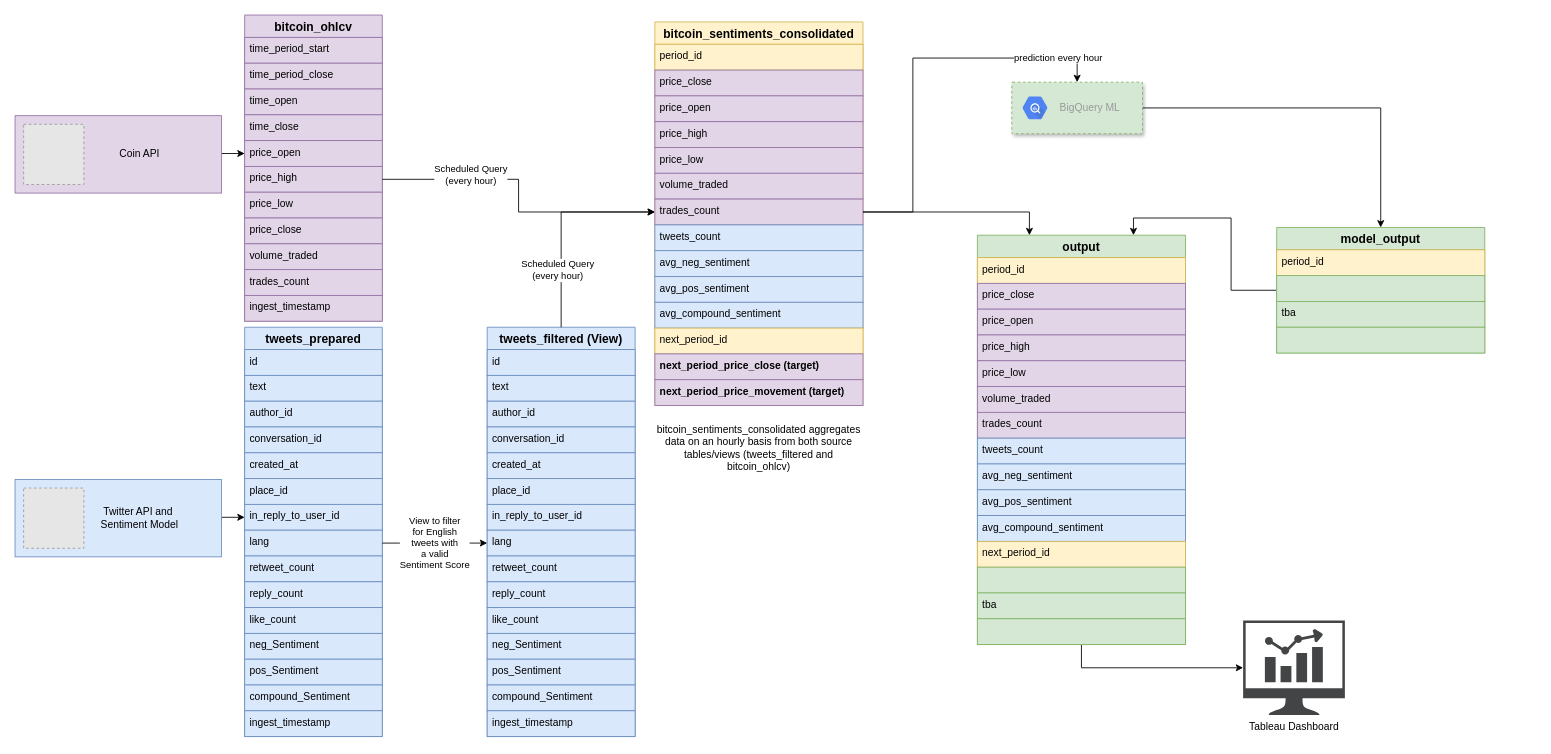
Before: page "BigQuery Zoom-in" (5 of 6) of documentation/DataFlow.drawio in ptgrigorov27/TheMask, a draw.io diagram. Source tidied: cells renumbered, new cells numbered last; positions are measured from the earlier drawing's top-left corner, leaving out a move shared by most shapes. Both pictures are drawn from the tidied source at 86%, with x=0, y=0 at pixel (15, 15). Pictures stored in the file or linked from it are replaced by grey dashed boxes.
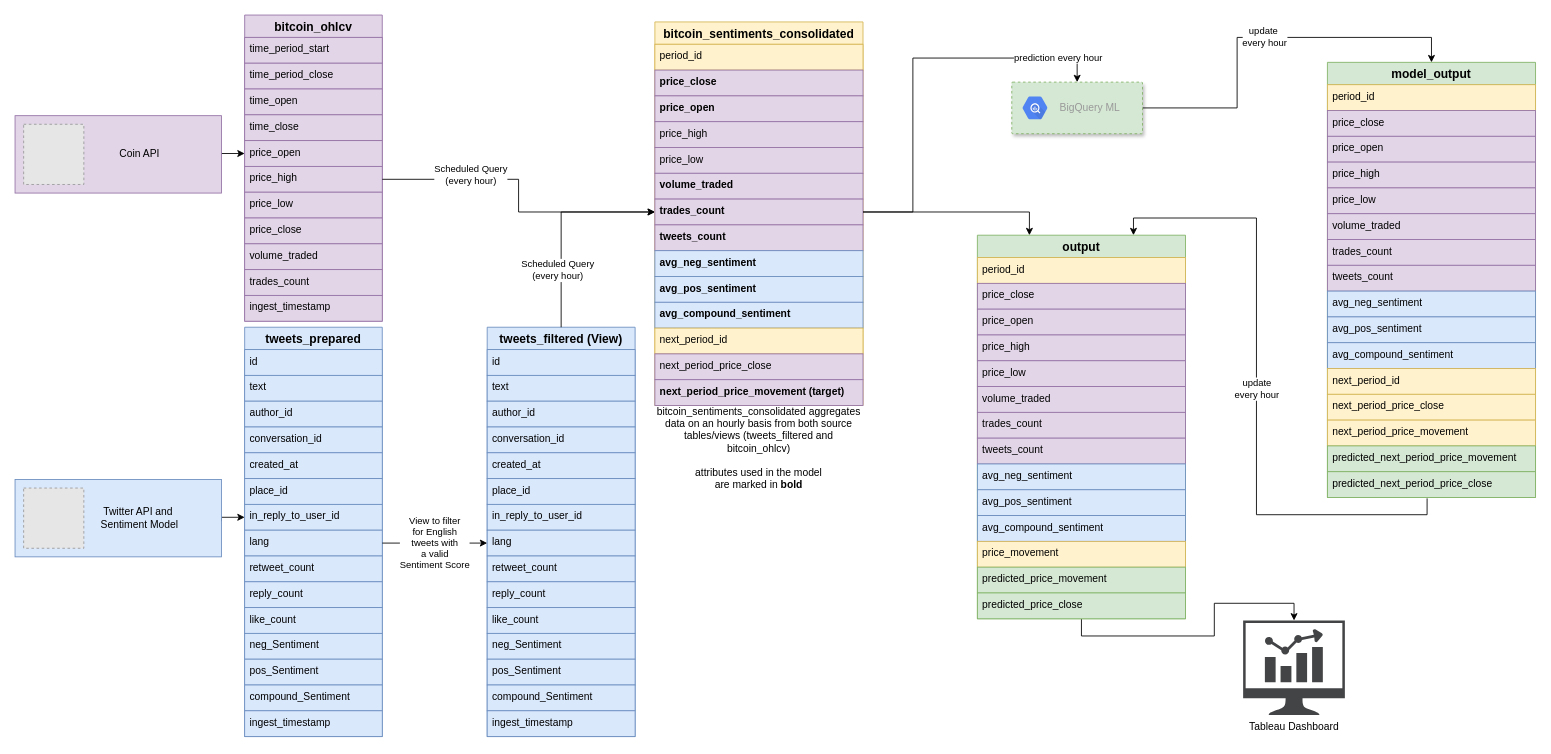
The same page after the edit.

Unchanged cells that the change refers to:
```xml
<mxCell id="47" value="bitcoin_sentiments_consolidated" style="swimlane;fontStyle=1;horizontal=1;startSize=26;align=center;fontSize=14;fillColor=#fff2cc;strokeColor=#d6b656;" parent="1" vertex="1">
  <mxGeometry x="744" y="8" width="242" height="446" as="geometry" />
</mxCell>
<mxCell id="80" style="strokeColor=#82b366;shadow=1;strokeWidth=1;rounded=1;absoluteArcSize=1;arcSize=2;dashed=1;fillColor=#d5e8d4;" parent="1" vertex="1">
  <mxGeometry x="1159" y="78" width="152" height="60" as="geometry" />
</mxCell>
```

Change to the diagram source:
```diff
@@
-    <mxCell id="49" value="price_close" style="text;strokeColor=#9673a6;fillColor=#e1d5e7;spacingLeft=4;spacingRight=4;overflow=hidden;fontSize=12;" parent="47" vertex="1">
+    <mxCell id="49" value="price_close" style="text;strokeColor=#9673a6;fillColor=#e1d5e7;spacingLeft=4;spacingRight=4;overflow=hidden;fontSize=12;fontStyle=1;" parent="47" vertex="1">
       <mxGeometry y="56" width="242" height="30" as="geometry" />
     </mxCell>
-    <mxCell id="50" value="price_open" style="text;strokeColor=#9673a6;fillColor=#e1d5e7;spacingLeft=4;spacingRight=4;overflow=hidden;fontSize=12;" parent="47" vertex="1">
+    <mxCell id="50" value="price_open" style="text;strokeColor=#9673a6;fillColor=#e1d5e7;spacingLeft=4;spacingRight=4;overflow=hidden;fontSize=12;fontStyle=1;" parent="47" vertex="1">
       <mxGeometry y="86" width="242" height="30" as="geometry" />
     </mxCell>
@@
-    <mxCell id="53" value="volume_traded" style="text;strokeColor=#9673a6;fillColor=#e1d5e7;spacingLeft=4;spacingRight=4;overflow=hidden;fontSize=12;" parent="47" vertex="1">
+    <mxCell id="53" value="volume_traded" style="text;strokeColor=#9673a6;fillColor=#e1d5e7;spacingLeft=4;spacingRight=4;overflow=hidden;fontSize=12;fontStyle=1;" parent="47" vertex="1">
       <mxGeometry y="176" width="242" height="30" as="geometry" />
     </mxCell>
-    <mxCell id="54" value="trades_count" style="text;strokeColor=#9673a6;fillColor=#e1d5e7;spacingLeft=4;spacingRight=4;overflow=hidden;points=[[0,0.5],[1,0.5]];portConstraint=eastwest;fontSize=12;" parent="47" vertex="1">
+    <mxCell id="54" value="trades_count" style="text;strokeColor=#9673a6;fillColor=#e1d5e7;spacingLeft=4;spacingRight=4;overflow=hidden;points=[[0,0.5],[1,0.5]];portConstraint=eastwest;fontSize=12;fontStyle=1;" parent="47" vertex="1">
       <mxGeometry y="206" width="242" height="30" as="geometry" />
     </mxCell>
-    <mxCell id="55" value="tweets_count" style="text;strokeColor=#6c8ebf;fillColor=#dae8fc;spacingLeft=4;spacingRight=4;overflow=hidden;fontSize=12;" parent="47" vertex="1">
+    <mxCell id="55" value="tweets_count" style="text;strokeColor=#9673a6;fillColor=#e1d5e7;spacingLeft=4;spacingRight=4;overflow=hidden;fontSize=12;fontStyle=1;" parent="47" vertex="1">
       <mxGeometry y="236" width="242" height="30" as="geometry" />
     </mxCell>
-    <mxCell id="56" value="avg_neg_sentiment" style="text;strokeColor=#6c8ebf;fillColor=#dae8fc;spacingLeft=4;spacingRight=4;overflow=hidden;fontSize=12;" parent="47" vertex="1">
+    <mxCell id="56" value="avg_neg_sentiment" style="text;strokeColor=#6c8ebf;fillColor=#dae8fc;spacingLeft=4;spacingRight=4;overflow=hidden;fontSize=12;fontStyle=1;" parent="47" vertex="1">
       <mxGeometry y="266" width="242" height="30" as="geometry" />
     </mxCell>
-    <mxCell id="57" value="avg_pos_sentiment" style="text;strokeColor=#6c8ebf;fillColor=#dae8fc;spacingLeft=4;spacingRight=4;overflow=hidden;fontSize=12;" parent="47" vertex="1">
+    <mxCell id="57" value="avg_pos_sentiment" style="text;strokeColor=#6c8ebf;fillColor=#dae8fc;spacingLeft=4;spacingRight=4;overflow=hidden;fontSize=12;fontStyle=1;" parent="47" vertex="1">
       <mxGeometry y="296" width="242" height="30" as="geometry" />
     </mxCell>
-    <mxCell id="58" value="avg_compound_sentiment" style="text;strokeColor=#6c8ebf;fillColor=#dae8fc;spacingLeft=4;spacingRight=4;overflow=hidden;fontSize=12;" parent="47" vertex="1">
+    <mxCell id="58" value="avg_compound_sentiment" style="text;strokeColor=#6c8ebf;fillColor=#dae8fc;spacingLeft=4;spacingRight=4;overflow=hidden;fontSize=12;fontStyle=1;" parent="47" vertex="1">
       <mxGeometry y="326" width="242" height="30" as="geometry" />
     </mxCell>
@@
-    <mxCell id="60" value="next_period_price_close (target)" style="text;strokeColor=#9673a6;fillColor=#e1d5e7;spacingLeft=4;spacingRight=4;overflow=hidden;fontSize=12;fontStyle=1;" parent="47" vertex="1">
+    <mxCell id="60" value="next_period_price_close" style="text;strokeColor=#9673a6;fillColor=#e1d5e7;spacingLeft=4;spacingRight=4;overflow=hidden;fontSize=12;fontStyle=0;" parent="47" vertex="1">
       <mxGeometry y="386" width="242" height="30" as="geometry" />
     </mxCell>
@@
-    <mxCell id="66" value="bitcoin_sentiments_consolidated aggregates data on an hourly basis from both source tables/views (tweets_filtered and bitcoin_ohlcv)" style="text;html=1;strokeColor=none;fillColor=none;align=center;verticalAlign=middle;whiteSpace=wrap;rounded=0;" parent="1" vertex="1">
+    <mxCell id="66" value="bitcoin_sentiments_consolidated aggregates data on an hourly basis from both source tables/views (tweets_filtered and bitcoin_ohlcv)&lt;br&gt;&lt;br&gt;attributes used in the model &lt;br&gt;are marked in &lt;b&gt;bold&lt;/b&gt;" style="text;html=1;strokeColor=none;fillColor=none;align=center;verticalAlign=middle;whiteSpace=wrap;rounded=0;" parent="1" vertex="1">
       <mxGeometry x="744" y="458" width="242" height="92" as="geometry" />
     </mxCell>
@@
-    <mxCell id="73" style="edgeStyle=orthogonalEdgeStyle;rounded=0;jettySize=auto;html=1;exitX=0;exitY=0.5;exitDx=0;exitDy=0;entryX=0.75;entryY=0;entryDx=0;entryDy=0;" parent="1" edge="1" source="74" target="84">
+    <mxCell id="73" value="update &lt;br&gt;every hour" style="edgeStyle=orthogonalEdgeStyle;rounded=0;jettySize=auto;html=1;exitX=0.479;exitY=1.033;exitDx=0;exitDy=0;entryX=0.75;entryY=0;entryDx=0;entryDy=0;exitPerimeter=0;" parent="1" edge="1" source="116" target="84">
       <mxGeometry relative="1" as="geometry" />
     </mxCell>
-    <mxCell id="74" value="model_output" style="swimlane;fontStyle=1;horizontal=1;startSize=26;align=center;fontSize=14;fillColor=#d5e8d4;strokeColor=#82b366;" parent="1" vertex="1">
-      <mxGeometry x="1467" y="247" width="242" height="146" as="geometry" />
-    </mxCell>
-    <mxCell id="75" value="period_id" style="text;strokeColor=#d6b656;fillColor=#fff2cc;spacingLeft=4;spacingRight=4;overflow=hidden;fontSize=12;" parent="74" vertex="1">
-      <mxGeometry y="26" width="242" height="30" as="geometry" />
-    </mxCell>
-    <mxCell id="76" style="text;strokeColor=#82b366;fillColor=#d5e8d4;spacingLeft=4;spacingRight=4;overflow=hidden;fontSize=12;" parent="74" vertex="1">
-      <mxGeometry y="56" width="242" height="30" as="geometry" />
-    </mxCell>
-    <mxCell id="77" value="tba" style="text;strokeColor=#82b366;fillColor=#d5e8d4;spacingLeft=4;spacingRight=4;overflow=hidden;fontSize=12;" parent="74" vertex="1">
-      <mxGeometry y="86" width="242" height="30" as="geometry" />
-    </mxCell>
-    <mxCell id="78" style="text;strokeColor=#82b366;fillColor=#d5e8d4;spacingLeft=4;spacingRight=4;overflow=hidden;fontSize=12;" parent="74" vertex="1">
-      <mxGeometry y="116" width="242" height="30" as="geometry" />
-    </mxCell>
-    <mxCell id="79" style="edgeStyle=orthogonalEdgeStyle;rounded=0;jettySize=auto;html=1;exitX=1;exitY=0.5;exitDx=0;exitDy=0;entryX=0.5;entryY=0;entryDx=0;entryDy=0;" parent="1" edge="1" source="80" target="74">
+    <mxCell id="79" value="update&amp;nbsp;&lt;br&gt;every hour" style="edgeStyle=orthogonalEdgeStyle;rounded=0;jettySize=auto;html=1;exitX=1;exitY=0.5;exitDx=0;exitDy=0;entryX=0.5;entryY=0;entryDx=0;entryDy=0;" parent="1" edge="1" source="80" target="74">
       <mxGeometry relative="1" as="geometry">
         <Array as="points">
-          <mxPoint x="1588" y="108" />
+          <mxPoint x="1421" y="108" />
+          <mxPoint x="1421" y="26" />
+          <mxPoint x="1647" y="26" />
         </Array>
       </mxGeometry>
     </mxCell>
@@
     <mxCell id="84" value="output" style="swimlane;fontStyle=1;horizontal=1;startSize=26;align=center;fontSize=14;fillColor=#d5e8d4;strokeColor=#82b366;" parent="1" vertex="1">
-      <mxGeometry x="1119" y="256" width="242" height="476" as="geometry" />
+      <mxGeometry x="1119" y="256" width="242" height="446" as="geometry" />
     </mxCell>
@@
-    <mxCell id="92" value="tweets_count" style="text;strokeColor=#6c8ebf;fillColor=#dae8fc;spacingLeft=4;spacingRight=4;overflow=hidden;fontSize=12;" parent="84" vertex="1">
+    <mxCell id="92" value="tweets_count" style="text;strokeColor=#9673a6;fillColor=#e1d5e7;spacingLeft=4;spacingRight=4;overflow=hidden;fontSize=12;" parent="84" vertex="1">
       <mxGeometry y="236" width="242" height="30" as="geometry" />
     </mxCell>
@@
-    <mxCell id="96" value="next_period_id" style="text;strokeColor=#d6b656;fillColor=#fff2cc;spacingLeft=4;spacingRight=4;overflow=hidden;fontSize=12;" parent="84" vertex="1">
+    <mxCell id="96" value="price_movement" style="text;strokeColor=#d6b656;fillColor=#fff2cc;spacingLeft=4;spacingRight=4;overflow=hidden;fontSize=12;" parent="84" vertex="1">
       <mxGeometry y="356" width="242" height="30" as="geometry" />
     </mxCell>
-    <mxCell id="97" style="text;strokeColor=#82b366;fillColor=#d5e8d4;spacingLeft=4;spacingRight=4;overflow=hidden;fontSize=12;fontStyle=1;" parent="84" vertex="1">
+    <mxCell id="97" value="predicted_price_movement" style="text;strokeColor=#82b366;fillColor=#d5e8d4;spacingLeft=4;spacingRight=4;overflow=hidden;fontSize=12;fontStyle=0;" parent="84" vertex="1">
       <mxGeometry y="386" width="242" height="30" as="geometry" />
     </mxCell>
-    <mxCell id="98" value="tba" style="text;strokeColor=#82b366;fillColor=#d5e8d4;spacingLeft=4;spacingRight=4;overflow=hidden;fontSize=12;fontStyle=0;" parent="84" vertex="1">
+    <mxCell id="98" value="predicted_price_close" style="text;strokeColor=#82b366;fillColor=#d5e8d4;spacingLeft=4;spacingRight=4;overflow=hidden;fontSize=12;fontStyle=0;" parent="84" vertex="1">
       <mxGeometry y="416" width="242" height="30" as="geometry" />
     </mxCell>
-    <mxCell id="99" style="text;strokeColor=#82b366;fillColor=#d5e8d4;spacingLeft=4;spacingRight=4;overflow=hidden;fontSize=12;fontStyle=1;" parent="84" vertex="1">
-      <mxGeometry y="446" width="242" height="30" as="geometry" />
-    </mxCell>
@@
+    <mxCell id="74" value="model_output" style="swimlane;fontStyle=1;horizontal=1;startSize=26;align=center;fontSize=14;fillColor=#d5e8d4;strokeColor=#82b366;" parent="1" vertex="1">
+      <mxGeometry x="1526" y="55" width="242" height="506" as="geometry" />
+    </mxCell>
+    <mxCell id="75" value="period_id" style="text;strokeColor=#d6b656;fillColor=#fff2cc;spacingLeft=4;spacingRight=4;overflow=hidden;fontSize=12;" parent="74" vertex="1">
+      <mxGeometry y="26" width="242" height="30" as="geometry" />
+    </mxCell>
+    <mxCell id="102" value="price_close" style="text;strokeColor=#9673a6;fillColor=#e1d5e7;spacingLeft=4;spacingRight=4;overflow=hidden;fontSize=12;" parent="74" vertex="1">
+      <mxGeometry y="56" width="242" height="30" as="geometry" />
+    </mxCell>
+    <mxCell id="103" value="price_open" style="text;strokeColor=#9673a6;fillColor=#e1d5e7;spacingLeft=4;spacingRight=4;overflow=hidden;fontSize=12;" parent="74" vertex="1">
+      <mxGeometry y="86" width="242" height="30" as="geometry" />
+    </mxCell>
+    <mxCell id="104" value="price_high" style="text;strokeColor=#9673a6;fillColor=#e1d5e7;spacingLeft=4;spacingRight=4;overflow=hidden;fontSize=12;" parent="74" vertex="1">
+      <mxGeometry y="116" width="242" height="30" as="geometry" />
+    </mxCell>
+    <mxCell id="105" value="price_low" style="text;strokeColor=#9673a6;fillColor=#e1d5e7;spacingLeft=4;spacingRight=4;overflow=hidden;fontSize=12;" parent="74" vertex="1">
+      <mxGeometry y="146" width="242" height="30" as="geometry" />
+    </mxCell>
+    <mxCell id="106" value="volume_traded" style="text;strokeColor=#9673a6;fillColor=#e1d5e7;spacingLeft=4;spacingRight=4;overflow=hidden;fontSize=12;" parent="74" vertex="1">
+      <mxGeometry y="176" width="242" height="30" as="geometry" />
+    </mxCell>
+    <mxCell id="107" value="trades_count" style="text;strokeColor=#9673a6;fillColor=#e1d5e7;spacingLeft=4;spacingRight=4;overflow=hidden;fontSize=12;" parent="74" vertex="1">
+      <mxGeometry y="206" width="242" height="30" as="geometry" />
+    </mxCell>
+    <mxCell id="108" value="tweets_count" style="text;strokeColor=#9673a6;fillColor=#e1d5e7;spacingLeft=4;spacingRight=4;overflow=hidden;fontSize=12;" parent="74" vertex="1">
+      <mxGeometry y="236" width="242" height="30" as="geometry" />
+    </mxCell>
+    <mxCell id="109" value="avg_neg_sentiment" style="text;strokeColor=#6c8ebf;fillColor=#dae8fc;spacingLeft=4;spacingRight=4;overflow=hidden;fontSize=12;" parent="74" vertex="1">
+      <mxGeometry y="266" width="242" height="30" as="geometry" />
+    </mxCell>
+    <mxCell id="110" value="avg_pos_sentiment" style="text;strokeColor=#6c8ebf;fillColor=#dae8fc;spacingLeft=4;spacingRight=4;overflow=hidden;fontSize=12;" parent="74" vertex="1">
+      <mxGeometry y="296" width="242" height="30" as="geometry" />
+    </mxCell>
+    <mxCell id="111" value="avg_compound_sentiment" style="text;strokeColor=#6c8ebf;fillColor=#dae8fc;spacingLeft=4;spacingRight=4;overflow=hidden;fontSize=12;" parent="74" vertex="1">
+      <mxGeometry y="326" width="242" height="30" as="geometry" />
+    </mxCell>
+    <mxCell id="112" value="next_period_id" style="text;strokeColor=#d6b656;fillColor=#fff2cc;spacingLeft=4;spacingRight=4;overflow=hidden;fontSize=12;" parent="74" vertex="1">
+      <mxGeometry y="356" width="242" height="30" as="geometry" />
+    </mxCell>
+    <mxCell id="113" value="next_period_price_close" style="text;strokeColor=#d6b656;fillColor=#fff2cc;spacingLeft=4;spacingRight=4;overflow=hidden;fontSize=12;" parent="74" vertex="1">
+      <mxGeometry y="386" width="242" height="30" as="geometry" />
+    </mxCell>
+    <mxCell id="114" value="next_period_price_movement" style="text;strokeColor=#d6b656;fillColor=#fff2cc;spacingLeft=4;spacingRight=4;overflow=hidden;fontSize=12;" parent="74" vertex="1">
+      <mxGeometry y="416" width="242" height="30" as="geometry" />
+    </mxCell>
+    <mxCell id="115" value="predicted_next_period_price_movement" style="text;strokeColor=#82b366;fillColor=#d5e8d4;spacingLeft=4;spacingRight=4;overflow=hidden;fontSize=12;fontStyle=0;" parent="74" vertex="1">
+      <mxGeometry y="446" width="242" height="30" as="geometry" />
+    </mxCell>
+    <mxCell id="116" value="predicted_next_period_price_close" style="text;strokeColor=#82b366;fillColor=#d5e8d4;spacingLeft=4;spacingRight=4;overflow=hidden;points=[[0,0.5],[1,0.5]];portConstraint=eastwest;fontSize=12;fontStyle=0;" parent="74" vertex="1">
+      <mxGeometry y="476" width="242" height="30" as="geometry" />
+    </mxCell>
```
